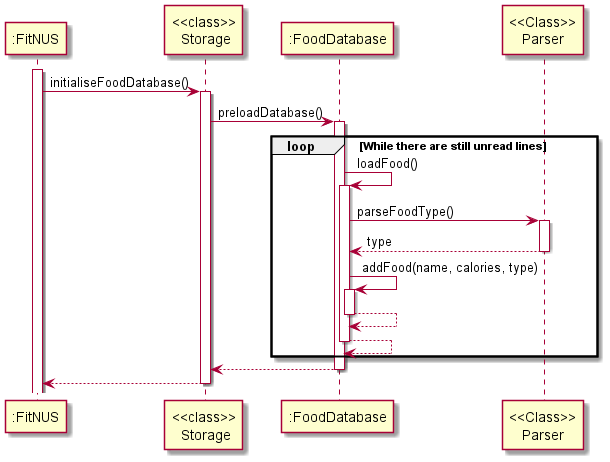
The PlantUML diagram docs/diagrams-DG/Storage_sequence_initialise.png in praj-bellakka/tp, before a commit. Its diagram source:
```plantuml
@startuml
activate ":FitNUS"
":FitNUS" -> "<<class>>\n Storage": initialiseFoodDatabase()
activate "<<class>>\n Storage"

"<<class>>\n Storage" -> ":FoodDatabase": preloadDatabase()
activate ":FoodDatabase"

loop While there are still unread lines
    ":FoodDatabase" -> ":FoodDatabase": loadFood()
    activate ":FoodDatabase"

    ":FoodDatabase" -> "<<Class>>\nParser": parseFoodType()
    activate "<<Class>>\nParser"
    return type

    ":FoodDatabase" -> ":FoodDatabase": addFood(name, calories, type)
    activate ":FoodDatabase"
    return

    return
end
return

return
@enduml
```
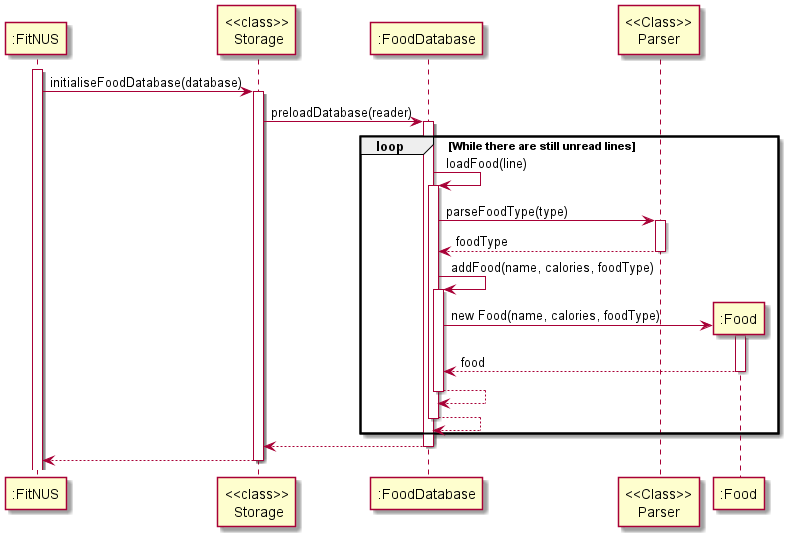
After the change.

Commit message:
Update sequence diagrams

Diff of the diagram source:
```diff
@@ -1,21 +1,26 @@
 @startuml
 activate ":FitNUS"
-":FitNUS" -> "<<class>>\n Storage": initialiseFoodDatabase()
+":FitNUS" -> "<<class>>\n Storage": initialiseFoodDatabase(database)
 activate "<<class>>\n Storage"
 
-"<<class>>\n Storage" -> ":FoodDatabase": preloadDatabase()
+"<<class>>\n Storage" -> ":FoodDatabase": preloadDatabase(reader)
 activate ":FoodDatabase"
 
 loop While there are still unread lines
-    ":FoodDatabase" -> ":FoodDatabase": loadFood()
+    ":FoodDatabase" -> ":FoodDatabase": loadFood(line)
     activate ":FoodDatabase"
 
-    ":FoodDatabase" -> "<<Class>>\nParser": parseFoodType()
+    ":FoodDatabase" -> "<<Class>>\nParser": parseFoodType(type)
     activate "<<Class>>\nParser"
-    return type
+    return foodType
 
-    ":FoodDatabase" -> ":FoodDatabase": addFood(name, calories, type)
+    ":FoodDatabase" -> ":FoodDatabase": addFood(name, calories, foodType)
     activate ":FoodDatabase"
+    create ":Food"
+    ":FoodDatabase" -> ":Food": new Food(name, calories, foodType)
+    activate ":Food"
+    return food
+
     return
 
     return
```
